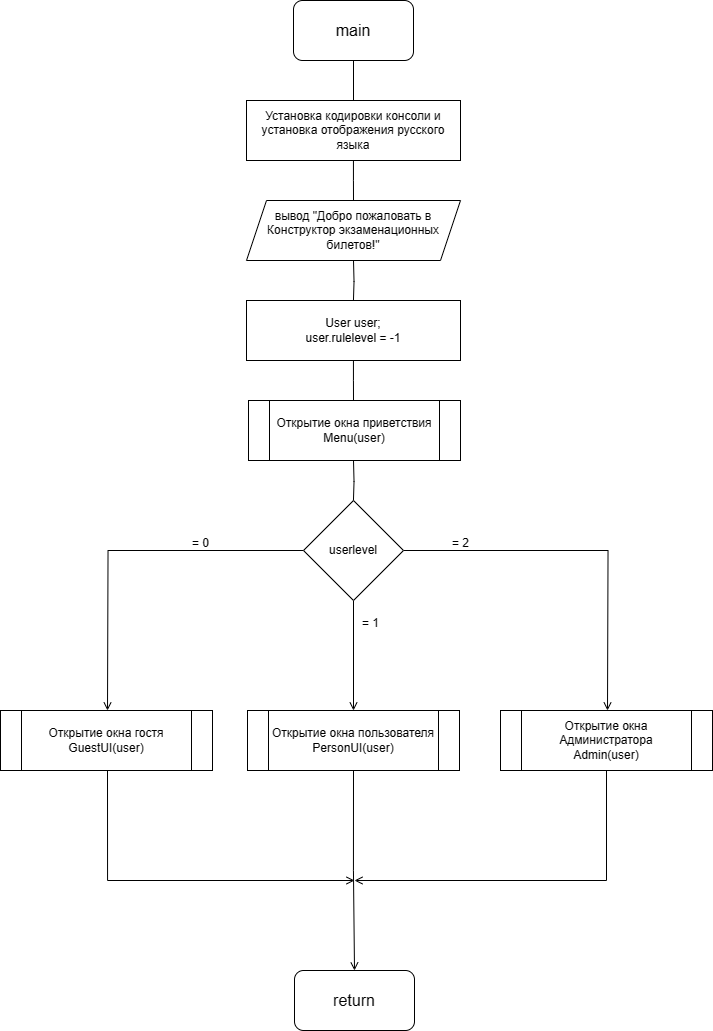
This is Diagrams/main.png from alrx31/ExamineConstructor, a draw.io export, as it was before one commit. Source tidied: cells renumbered, new cells last; positions are measured from the earlier drawing's top-left corner, leaving out a move shared by most shapes.
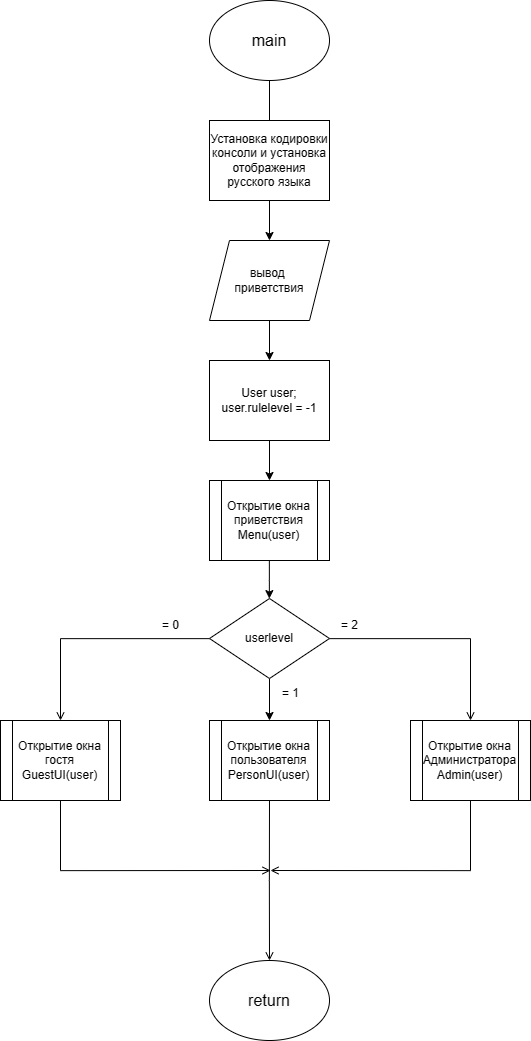
After the commit.

The edit, as a diff of the source:
```diff
@@ -5,106 +5,86 @@
     <mxCell id="2" style="edgeStyle=orthogonalEdgeStyle;rounded=0;jettySize=auto;html=1;endArrow=none;endFill=0;" parent="1" edge="1" source="3" target="5">
       <mxGeometry relative="1" as="geometry" />
     </mxCell>
-    <mxCell id="3" value="&lt;span style=&quot;font-size: 16px;&quot;&gt;main&lt;/span&gt;" style="rounded=1;whiteSpace=wrap;html=1;" parent="1" vertex="1">
-      <mxGeometry x="293" width="120" height="60" as="geometry" />
-    </mxCell>
-    <mxCell id="4" style="edgeStyle=orthogonalEdgeStyle;rounded=0;jettySize=auto;html=1;endArrow=none;endFill=0;" parent="1" edge="1" source="5">
-      <mxGeometry relative="1" as="geometry">
-        <mxPoint x="353" y="200" as="targetPoint" />
-      </mxGeometry>
-    </mxCell>
+    <mxCell id="26" style="edgeStyle=orthogonalEdgeStyle;rounded=0;jettySize=auto;html=1;" parent="1" edge="1" source="5" target="20">
+      <mxGeometry relative="1" as="geometry" />
+    </mxCell>
     <mxCell id="5" value="Установка кодировки консоли и установка отображения русского языка" style="rounded=0;whiteSpace=wrap;html=1;" parent="1" vertex="1">
-      <mxGeometry x="246" y="100" width="214" height="60" as="geometry" />
+      <mxGeometry x="299" y="130" width="120" height="80" as="geometry" />
     </mxCell>
-    <mxCell id="6" style="edgeStyle=orthogonalEdgeStyle;rounded=0;jettySize=auto;html=1;endArrow=none;endFill=0;" parent="1" edge="1" target="13">
-      <mxGeometry relative="1" as="geometry">
-        <mxPoint x="353" y="260" as="sourcePoint" />
-      </mxGeometry>
-    </mxCell>
-    <mxCell id="7" style="edgeStyle=orthogonalEdgeStyle;rounded=0;jettySize=auto;html=1;endArrow=none;endFill=0;" parent="1" edge="1" source="13">
-      <mxGeometry relative="1" as="geometry">
-        <mxPoint x="353" y="400" as="targetPoint" />
-      </mxGeometry>
-    </mxCell>
-    <mxCell id="8" style="edgeStyle=orthogonalEdgeStyle;rounded=0;jettySize=auto;html=1;endArrow=none;endFill=0;" parent="1" edge="1" target="12">
-      <mxGeometry relative="1" as="geometry">
-        <mxPoint x="353" y="460" as="sourcePoint" />
-      </mxGeometry>
-    </mxCell>
-    <mxCell id="9" style="edgeStyle=orthogonalEdgeStyle;rounded=0;jettySize=auto;html=1;endArrow=open;endFill=0;" parent="1" edge="1" source="12">
-      <mxGeometry relative="1" as="geometry">
-        <mxPoint x="353" y="710" as="targetPoint" />
-        <Array as="points">
-          <mxPoint x="360" y="560" />
-          <mxPoint x="360" y="560" />
-        </Array>
-      </mxGeometry>
-    </mxCell>
-    <mxCell id="10" style="edgeStyle=orthogonalEdgeStyle;rounded=0;jettySize=auto;html=1;endArrow=open;endFill=0;" parent="1" edge="1" source="12">
-      <mxGeometry relative="1" as="geometry">
-        <mxPoint x="607" y="710" as="targetPoint" />
-      </mxGeometry>
+    <mxCell id="10" style="edgeStyle=orthogonalEdgeStyle;rounded=0;jettySize=auto;html=1;endArrow=open;endFill=0;" parent="1" edge="1" source="12" target="25">
+      <mxGeometry relative="1" as="geometry" />
     </mxCell>
-    <mxCell id="11" style="edgeStyle=orthogonalEdgeStyle;rounded=0;jettySize=auto;html=1;endArrow=open;endFill=0;" parent="1" edge="1" source="12">
-      <mxGeometry relative="1" as="geometry">
-        <mxPoint x="107" y="710" as="targetPoint" />
-      </mxGeometry>
+    <mxCell id="11" style="edgeStyle=orthogonalEdgeStyle;rounded=0;jettySize=auto;html=1;endArrow=open;endFill=0;entryX=0.5;entryY=0;entryDx=0;entryDy=0;" parent="1" edge="1" source="12" target="24">
+      <mxGeometry relative="1" as="geometry" />
     </mxCell>
+    <mxCell id="27" style="edgeStyle=orthogonalEdgeStyle;rounded=0;jettySize=auto;html=1;" parent="1" edge="1" source="12" target="23">
+      <mxGeometry relative="1" as="geometry" />
+    </mxCell>
     <mxCell id="12" value="userlevel" style="rhombus;whiteSpace=wrap;html=1;" parent="1" vertex="1">
-      <mxGeometry x="303" y="500" width="100" height="100" as="geometry" />
+      <mxGeometry x="299" y="608" width="120" height="80" as="geometry" />
     </mxCell>
+    <mxCell id="28" style="edgeStyle=orthogonalEdgeStyle;rounded=0;jettySize=auto;html=1;" parent="1" edge="1" source="13" target="21">
+      <mxGeometry relative="1" as="geometry" />
+    </mxCell>
     <mxCell id="13" value="&lt;div&gt;User user;&lt;/div&gt;&lt;div&gt;user.rulelevel = -1&lt;/div&gt;" style="shape=parallelogram;perimeter=parallelogramPerimeter;whiteSpace=wrap;html=1;fixedSize=1;size=-16;" parent="1" vertex="1">
-      <mxGeometry x="246" y="300" width="214" height="60" as="geometry" />
+      <mxGeometry x="299" y="370" width="120" height="80" as="geometry" />
     </mxCell>
-    <mxCell id="14" style="edgeStyle=orthogonalEdgeStyle;rounded=0;orthogonalLoop=1;jettySize=auto;html=1;exitX=0.5;exitY=1;exitDx=0;exitDy=0;endArrow=open;endFill=0;" parent="1" edge="1">
+    <mxCell id="14" style="edgeStyle=orthogonalEdgeStyle;rounded=0;jettySize=auto;html=1;endArrow=open;endFill=0;exitX=0.5;exitY=1;exitDx=0;exitDy=0;" parent="1" edge="1" source="25">
       <mxGeometry relative="1" as="geometry">
-        <mxPoint x="606" y="770" as="sourcePoint" />
-        <mxPoint x="354" y="880" as="targetPoint" />
+        <mxPoint x="360" y="880" as="targetPoint" />
         <Array as="points">
-          <mxPoint x="606" y="880" />
-          <mxPoint x="354" y="880" />
+          <mxPoint x="560" y="880" />
         </Array>
       </mxGeometry>
     </mxCell>
-    <mxCell id="15" value="&lt;span style=&quot;font-size: 16px;&quot;&gt;return&lt;/span&gt;" style="rounded=1;whiteSpace=wrap;html=1;" parent="1" vertex="1">
-      <mxGeometry x="294" y="970" width="120" height="60" as="geometry" />
-    </mxCell>
-    <mxCell id="16" style="edgeStyle=orthogonalEdgeStyle;rounded=0;orthogonalLoop=1;jettySize=auto;html=1;exitX=0.5;exitY=1;exitDx=0;exitDy=0;endArrow=open;endFill=0;" parent="1" edge="1">
+    <mxCell id="16" style="edgeStyle=orthogonalEdgeStyle;rounded=0;jettySize=auto;html=1;exitX=0.5;exitY=1;exitDx=0;exitDy=0;endArrow=open;endFill=0;" parent="1" edge="1" source="24">
       <mxGeometry relative="1" as="geometry">
-        <mxPoint x="107" y="770" as="sourcePoint" />
-        <mxPoint x="354" y="880" as="targetPoint" />
+        <mxPoint x="360" y="880" as="targetPoint" />
         <Array as="points">
-          <mxPoint x="107" y="880" />
-          <mxPoint x="354" y="880" />
+          <mxPoint x="150" y="880" />
         </Array>
       </mxGeometry>
     </mxCell>
     <mxCell id="17" value="= 2" style="text;html=1;align=center;verticalAlign=middle;strokeColor=none;fillColor=none;" parent="1" vertex="1">
-      <mxGeometry x="440" y="528" width="40" height="30" as="geometry" />
+      <mxGeometry x="419" y="620" width="40" height="30" as="geometry" />
     </mxCell>
     <mxCell id="18" value="= 1" style="text;html=1;align=center;verticalAlign=middle;strokeColor=none;fillColor=none;" parent="1" vertex="1">
-      <mxGeometry x="350" y="608" width="40" height="30" as="geometry" />
+      <mxGeometry x="360" y="688" width="40" height="30" as="geometry" />
     </mxCell>
     <mxCell id="19" value="= 0" style="text;html=1;align=center;verticalAlign=middle;strokeColor=none;fillColor=none;" parent="1" vertex="1">
-      <mxGeometry x="180" y="528" width="40" height="30" as="geometry" />
+      <mxGeometry x="240" y="620" width="40" height="30" as="geometry" />
     </mxCell>
+    <mxCell id="29" style="edgeStyle=orthogonalEdgeStyle;rounded=0;jettySize=auto;html=1;" parent="1" edge="1" source="20" target="13">
+      <mxGeometry relative="1" as="geometry" />
+    </mxCell>
-    <mxCell id="20" value="вывод &quot;Добро пожаловать в Конструктор экзаменационных билетов!&quot;" style="shape=parallelogram;perimeter=parallelogramPerimeter;whiteSpace=wrap;html=1;fixedSize=1;" parent="1" vertex="1">
-      <mxGeometry x="246" y="200" width="214" height="60" as="geometry" />
+    <mxCell id="20" value="вывод&amp;nbsp;&lt;div&gt;приветствия&lt;/div&gt;" style="shape=parallelogram;perimeter=parallelogramPerimeter;whiteSpace=wrap;html=1;fixedSize=1;" parent="1" vertex="1">
+      <mxGeometry x="299" y="250" width="120" height="80" as="geometry" />
     </mxCell>
+    <mxCell id="30" style="edgeStyle=orthogonalEdgeStyle;rounded=0;jettySize=auto;html=1;" parent="1" edge="1" source="21" target="12">
+      <mxGeometry relative="1" as="geometry" />
+    </mxCell>
     <mxCell id="21" value="Открытие окна приветствия&lt;div&gt;Menu(user)&lt;/div&gt;" style="shape=process;whiteSpace=wrap;html=1;backgroundOutline=1;" parent="1" vertex="1">
-      <mxGeometry x="248" y="400" width="212" height="60" as="geometry" />
+      <mxGeometry x="299" y="490" width="120" height="80" as="geometry" />
     </mxCell>
-    <mxCell id="22" style="edgeStyle=orthogonalEdgeStyle;rounded=0;jettySize=auto;html=1;exitX=0.5;exitY=1;exitDx=0;exitDy=0;entryX=0.5;entryY=0;entryDx=0;entryDy=0;endArrow=open;endFill=0;" parent="1" edge="1" source="23" target="15">
-      <mxGeometry relative="1" as="geometry" />
+    <mxCell id="22" style="edgeStyle=orthogonalEdgeStyle;rounded=0;jettySize=auto;html=1;exitX=0.5;exitY=1;exitDx=0;exitDy=0;entryX=0.5;entryY=0;entryDx=0;entryDy=0;endArrow=open;endFill=0;" parent="1" edge="1" source="23">
+      <mxGeometry relative="1" as="geometry">
+        <mxPoint x="359" y="970" as="targetPoint" />
+      </mxGeometry>
     </mxCell>
     <mxCell id="23" value="Открытие окна пользователя&lt;div&gt;PersonUI(user)&lt;/div&gt;" style="shape=process;whiteSpace=wrap;html=1;backgroundOutline=1;" parent="1" vertex="1">
-      <mxGeometry x="247" y="710" width="212" height="60" as="geometry" />
+      <mxGeometry x="299" y="730" width="120" height="80" as="geometry" />
     </mxCell>
     <mxCell id="24" value="Открытие окна гостя&lt;div&gt;GuestUI(user)&lt;/div&gt;" style="shape=process;whiteSpace=wrap;html=1;backgroundOutline=1;" parent="1" vertex="1">
-      <mxGeometry y="710" width="212" height="60" as="geometry" />
+      <mxGeometry x="90" y="730" width="120" height="80" as="geometry" />
     </mxCell>
     <mxCell id="25" value="Открытие окна Администратора&lt;div&gt;Admin(user)&lt;/div&gt;" style="shape=process;whiteSpace=wrap;html=1;backgroundOutline=1;" parent="1" vertex="1">
-      <mxGeometry x="500" y="710" width="212" height="60" as="geometry" />
+      <mxGeometry x="500" y="730" width="120" height="80" as="geometry" />
     </mxCell>
+    <mxCell id="3" value="&lt;span style=&quot;font-size: 16px;&quot;&gt;main&lt;/span&gt;" style="ellipse;whiteSpace=wrap;html=1;" parent="1" vertex="1">
+      <mxGeometry x="299" y="10" width="120" height="80" as="geometry" />
+    </mxCell>
+    <mxCell id="15" value="&lt;span style=&quot;color: rgb(0, 0, 0); font-family: Helvetica; font-size: 16px; font-style: normal; font-variant-ligatures: normal; font-variant-caps: normal; font-weight: 400; letter-spacing: normal; orphans: 2; text-align: center; text-indent: 0px; text-transform: none; widows: 2; word-spacing: 0px; -webkit-text-stroke-width: 0px; white-space: normal; background-color: rgb(251, 251, 251); text-decoration-thickness: initial; text-decoration-style: initial; text-decoration-color: initial; display: inline !important; float: none;&quot;&gt;return&lt;/span&gt;" style="ellipse;whiteSpace=wrap;html=1;" parent="1" vertex="1">
+      <mxGeometry x="299" y="970" width="120" height="80" as="geometry" />
+    </mxCell>
   </root>
 </mxGraphModel>
```
